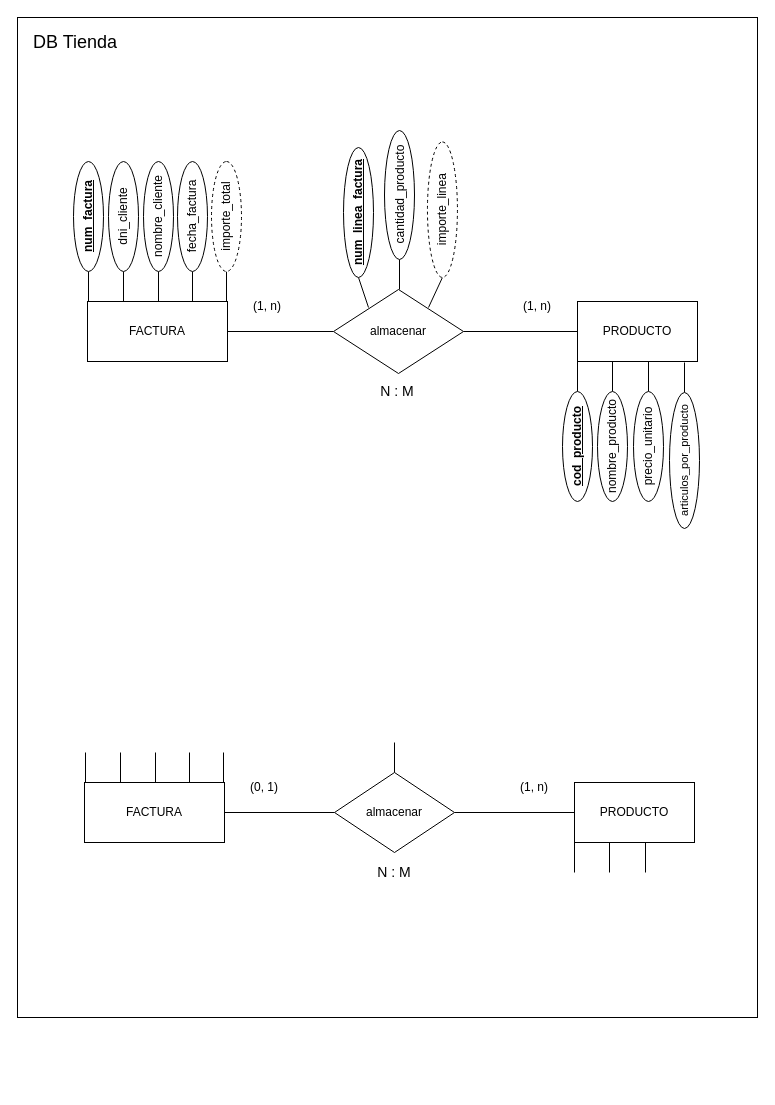
Before: src/BBDD/first_trimester/exercises/ejercicio1/ejercicio1_BBDD_ER.drawio in MLT93/UNIR, a draw.io diagram. Source tidied: cells renumbered, new cells numbered last; positions are measured from the earlier drawing's top-left corner, leaving out a move shared by most shapes. Both pictures are drawn from the tidied source at 100%, with x=0, y=0 at pixel (17, 17).
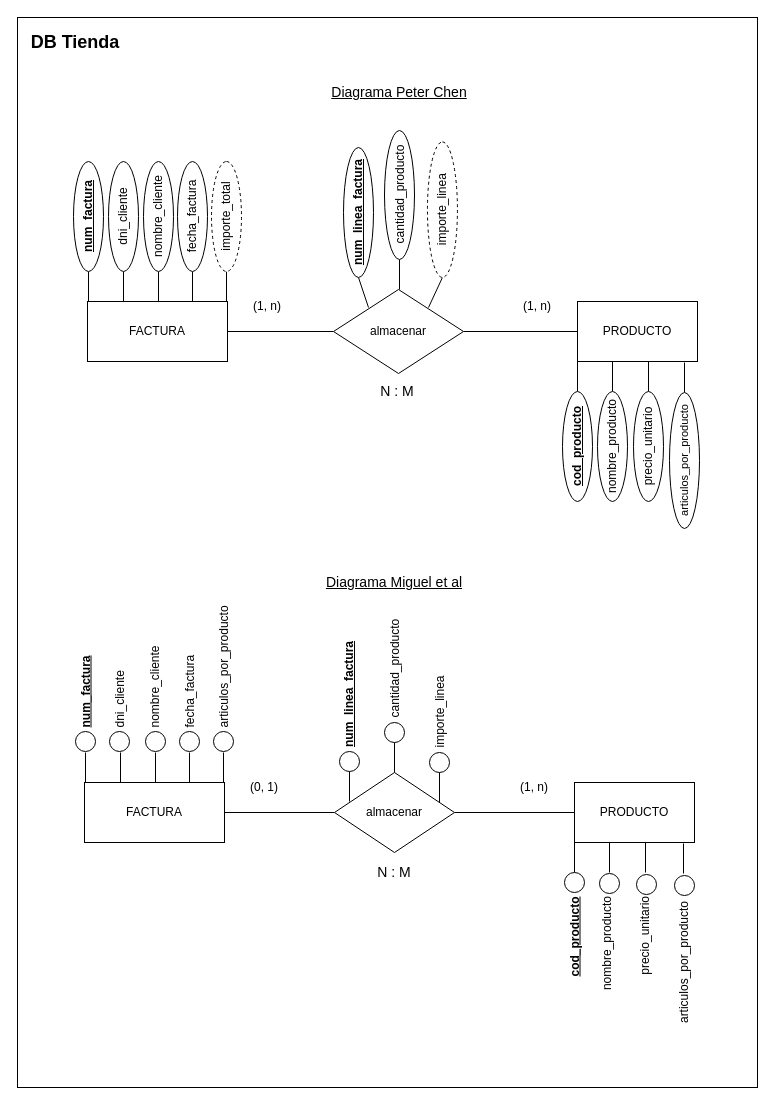
The same page after the edit.

Change to the diagram source:
```diff
@@
     <mxCell id="2" style="rounded=0;whiteSpace=wrap;html=1;" parent="1" vertex="1">
-      <mxGeometry width="740" height="1000" as="geometry" />
+      <mxGeometry width="740" height="1070" as="geometry" />
     </mxCell>
@@
-    <mxCell id="44" value="&lt;font style=&quot;font-size: 18px;&quot;&gt;DB Tienda&lt;/font&gt;" style="text;html=1;align=center;verticalAlign=middle;whiteSpace=wrap;rounded=0;" parent="1" vertex="1">
+    <mxCell id="44" value="&lt;font style=&quot;font-size: 18px;&quot;&gt;&lt;b&gt;DB Tienda&lt;/b&gt;&lt;/font&gt;" style="text;html=1;align=center;verticalAlign=middle;whiteSpace=wrap;rounded=0;" parent="1" vertex="1">
       <mxGeometry x="10" y="10" width="96" height="30" as="geometry" />
     </mxCell>
@@
+    <mxCell id="53" style="ellipse;whiteSpace=wrap;html=1;" parent="1" vertex="1">
+      <mxGeometry x="58" y="714" width="20" height="20" as="geometry" />
+    </mxCell>
+    <mxCell id="54" style="ellipse;whiteSpace=wrap;html=1;fillColor=none;" parent="1" vertex="1">
+      <mxGeometry x="92" y="714" width="20" height="20" as="geometry" />
+    </mxCell>
+    <mxCell id="55" style="ellipse;whiteSpace=wrap;html=1;fillColor=none;" parent="1" vertex="1">
+      <mxGeometry x="128" y="714" width="20" height="20" as="geometry" />
+    </mxCell>
+    <mxCell id="56" style="ellipse;whiteSpace=wrap;html=1;fillColor=none;" parent="1" vertex="1">
+      <mxGeometry x="162" y="714" width="20" height="20" as="geometry" />
+    </mxCell>
+    <mxCell id="57" style="ellipse;whiteSpace=wrap;html=1;fillColor=none;" parent="1" vertex="1">
+      <mxGeometry x="196" y="714" width="20" height="20" as="geometry" />
+    </mxCell>
+    <mxCell id="58" style="ellipse;whiteSpace=wrap;html=1;fillColor=none;" parent="1" vertex="1">
+      <mxGeometry x="367" y="705" width="20" height="20" as="geometry" />
+    </mxCell>
+    <mxCell id="59" style="ellipse;whiteSpace=wrap;html=1;" parent="1" vertex="1">
+      <mxGeometry x="547" y="855" width="20" height="20" as="geometry" />
+    </mxCell>
+    <mxCell id="60" style="ellipse;whiteSpace=wrap;html=1;fillColor=none;" parent="1" vertex="1">
+      <mxGeometry x="582" y="856" width="20" height="20" as="geometry" />
+    </mxCell>
+    <mxCell id="61" style="ellipse;whiteSpace=wrap;html=1;fillColor=none;" parent="1" vertex="1">
+      <mxGeometry x="619" y="857" width="20" height="20" as="geometry" />
+    </mxCell>
+    <mxCell id="62" style="endArrow=none;html=1;rounded=0;entryX=0;entryY=0.5;entryDx=0;entryDy=0;" parent="1" edge="1">
+      <mxGeometry relative="1" as="geometry">
+        <mxPoint x="666" y="856" as="sourcePoint" />
+        <mxPoint x="666" y="826" as="targetPoint" />
+      </mxGeometry>
+    </mxCell>
+    <mxCell id="63" style="ellipse;whiteSpace=wrap;html=1;fillColor=none;" parent="1" vertex="1">
+      <mxGeometry x="657" y="858" width="20" height="20" as="geometry" />
+    </mxCell>
+    <mxCell id="64" style="endArrow=none;html=1;rounded=0;entryX=0;entryY=0.5;entryDx=0;entryDy=0;" parent="1" edge="1">
+      <mxGeometry relative="1" as="geometry">
+        <mxPoint x="332" y="784" as="sourcePoint" />
+        <mxPoint x="332" y="754" as="targetPoint" />
+      </mxGeometry>
+    </mxCell>
+    <mxCell id="65" style="ellipse;whiteSpace=wrap;html=1;fillColor=none;" parent="1" vertex="1">
+      <mxGeometry x="322" y="734" width="20" height="20" as="geometry" />
+    </mxCell>
+    <mxCell id="66" style="endArrow=none;html=1;rounded=0;entryX=0;entryY=0.5;entryDx=0;entryDy=0;" parent="1" edge="1">
+      <mxGeometry relative="1" as="geometry">
+        <mxPoint x="422" y="785" as="sourcePoint" />
+        <mxPoint x="422" y="755" as="targetPoint" />
+      </mxGeometry>
+    </mxCell>
+    <mxCell id="67" style="ellipse;whiteSpace=wrap;html=1;fillColor=none;" parent="1" vertex="1">
+      <mxGeometry x="412" y="735" width="20" height="20" as="geometry" />
+    </mxCell>
+    <mxCell id="68" value="articulos_por_producto" style="text;html=1;align=center;verticalAlign=middle;whiteSpace=wrap;rounded=0;rotation=-90;" parent="1" vertex="1">
+      <mxGeometry x="599" y="930" width="135" height="30" as="geometry" />
+    </mxCell>
+    <mxCell id="69" value="precio_unitario" style="text;html=1;align=right;verticalAlign=middle;whiteSpace=wrap;rounded=0;rotation=-90;" parent="1" vertex="1">
+      <mxGeometry x="560" y="930" width="135" height="30" as="geometry" />
+    </mxCell>
+    <mxCell id="70" value="nombre_producto" style="text;html=1;align=right;verticalAlign=middle;whiteSpace=wrap;rounded=0;rotation=-90;" parent="1" vertex="1">
+      <mxGeometry x="522" y="930" width="135" height="30" as="geometry" />
+    </mxCell>
+    <mxCell id="71" value="&lt;b&gt;&lt;u&gt;cod_producto&lt;/u&gt;&lt;/b&gt;" style="text;html=1;align=right;verticalAlign=middle;whiteSpace=wrap;rounded=0;rotation=-90;" parent="1" vertex="1">
+      <mxGeometry x="489.5" y="930" width="135" height="30" as="geometry" />
+    </mxCell>
+    <mxCell id="72" value="importe_linea" style="text;html=1;align=left;verticalAlign=middle;whiteSpace=wrap;rounded=0;rotation=-90;" parent="1" vertex="1">
+      <mxGeometry x="354.5" y="650" width="135" height="30" as="geometry" />
+    </mxCell>
+    <mxCell id="73" value="cantidad_producto" style="text;html=1;align=left;verticalAlign=middle;whiteSpace=wrap;rounded=0;rotation=-90;" parent="1" vertex="1">
+      <mxGeometry x="309.5" y="620" width="135" height="30" as="geometry" />
+    </mxCell>
+    <mxCell id="74" value="&lt;u&gt;&lt;b&gt;num_linea_factura&lt;/b&gt;&lt;/u&gt;" style="text;html=1;align=left;verticalAlign=middle;whiteSpace=wrap;rounded=0;rotation=-90;" parent="1" vertex="1">
+      <mxGeometry x="264" y="650" width="135" height="30" as="geometry" />
+    </mxCell>
+    <mxCell id="75" value="articulos_por_producto" style="text;html=1;align=left;verticalAlign=middle;whiteSpace=wrap;rounded=0;rotation=-90;" parent="1" vertex="1">
+      <mxGeometry x="138.5" y="630" width="135" height="30" as="geometry" />
+    </mxCell>
+    <mxCell id="76" value="fecha_factura" style="text;html=1;align=left;verticalAlign=middle;whiteSpace=wrap;rounded=0;rotation=-90;" parent="1" vertex="1">
+      <mxGeometry x="104.5" y="630" width="135" height="30" as="geometry" />
+    </mxCell>
+    <mxCell id="77" value="nombre_cliente" style="text;html=1;align=left;verticalAlign=middle;whiteSpace=wrap;rounded=0;rotation=-90;" parent="1" vertex="1">
+      <mxGeometry x="69.5" y="630" width="135" height="30" as="geometry" />
+    </mxCell>
+    <mxCell id="78" value="dni_cliente" style="text;html=1;align=left;verticalAlign=middle;whiteSpace=wrap;rounded=0;rotation=-90;" parent="1" vertex="1">
+      <mxGeometry x="34.5" y="630" width="135" height="30" as="geometry" />
+    </mxCell>
+    <mxCell id="79" value="&lt;b&gt;&lt;u&gt;num_factura&lt;/u&gt;&lt;/b&gt;" style="text;html=1;align=left;verticalAlign=middle;whiteSpace=wrap;rounded=0;rotation=-90;" parent="1" vertex="1">
+      <mxGeometry x="0.5" y="630" width="135" height="30" as="geometry" />
+    </mxCell>
+    <mxCell id="80" value="&lt;font style=&quot;font-size: 14px;&quot;&gt;Diagrama Peter Chen&lt;/font&gt;" style="text;html=1;align=center;verticalAlign=middle;whiteSpace=wrap;rounded=0;fontStyle=4;" parent="1" vertex="1">
+      <mxGeometry x="313" y="60" width="138" height="30" as="geometry" />
+    </mxCell>
+    <mxCell id="81" value="&lt;font style=&quot;font-size: 14px;&quot;&gt;Diagrama Miguel et al&lt;/font&gt;" style="text;html=1;align=center;verticalAlign=middle;whiteSpace=wrap;rounded=0;fontStyle=4;" parent="1" vertex="1">
+      <mxGeometry x="303" y="550" width="148" height="30" as="geometry" />
+    </mxCell>
```
